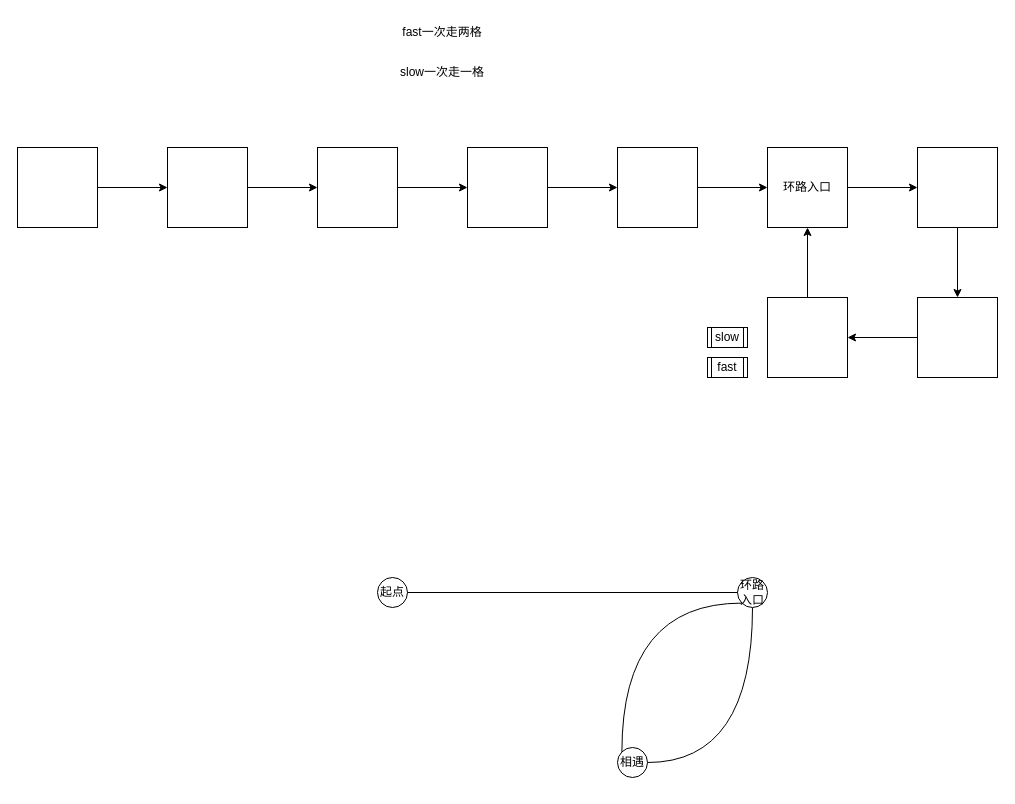
The draw.io diagram 142环形链表2.drawio in hubo0520/draw, before the edit. Source tidied: cells renumbered, new cells numbered last; positions are measured from the earlier drawing's top-left corner, leaving out a move shared by most shapes. Both pictures are drawn from the tidied source at 100%, with x=0, y=0 at pixel (17, 17).
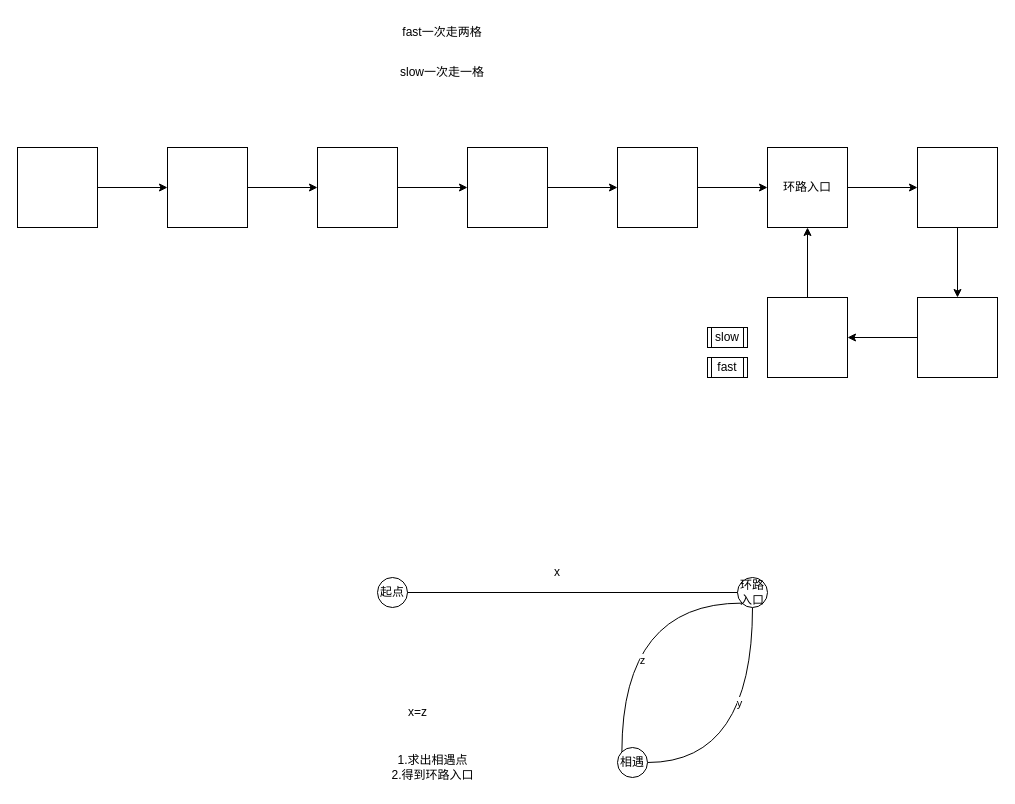
After the change.

Commit message (it also covers changes not shown here):
更新142环形链表2.drawio

Unchanged cells that the change refers to:
```xml
<mxCell id="25" style="edgeStyle=orthogonalEdgeStyle;curved=1;rounded=0;jettySize=auto;html=1;exitX=0;exitY=1;exitDx=0;exitDy=0;entryX=0;entryY=0;entryDx=0;entryDy=0;endArrow=none;endFill=0;" parent="1" edge="1" source="27" target="28">
  <mxGeometry relative="1" as="geometry" />
</mxCell>
<mxCell id="26" style="edgeStyle=orthogonalEdgeStyle;curved=1;rounded=0;jettySize=auto;html=1;exitX=0.5;exitY=1;exitDx=0;exitDy=0;entryX=1;entryY=0.5;entryDx=0;entryDy=0;endArrow=none;endFill=0;" parent="1" edge="1" source="27" target="28">
  <mxGeometry relative="1" as="geometry" />
</mxCell>
```

The edit, as a diff of the source:
```diff
@@
+    <mxCell id="30" value="z" style="edgeLabel;html=1;align=center;verticalAlign=middle;" parent="25" vertex="1">
+      <mxGeometry x="0.32" y="20" relative="1" as="geometry" />
+    </mxCell>
@@
+    <mxCell id="31" value="y" style="edgeLabel;html=1;align=center;verticalAlign=middle;" parent="26" vertex="1">
+      <mxGeometry x="-0.27" y="-14" relative="1" as="geometry" />
+    </mxCell>
@@
+    <mxCell id="32" value="x" style="text;html=1;align=center;verticalAlign=middle;whiteSpace=wrap;rounded=0;" parent="1" vertex="1">
+      <mxGeometry x="510" y="540" width="60" height="30" as="geometry" />
+    </mxCell>
+    <mxCell id="33" value="x=z" style="text;html=1;align=center;verticalAlign=middle;strokeColor=none;fillColor=none;" parent="1" vertex="1">
+      <mxGeometry x="380" y="680" width="40" height="30" as="geometry" />
+    </mxCell>
+    <mxCell id="34" value="1.求出相遇点&lt;div&gt;2.得到环路入口&lt;/div&gt;" style="text;html=1;align=center;verticalAlign=middle;strokeColor=none;fillColor=none;" parent="1" vertex="1">
+      <mxGeometry x="360" y="730" width="110" height="40" as="geometry" />
+    </mxCell>
```
